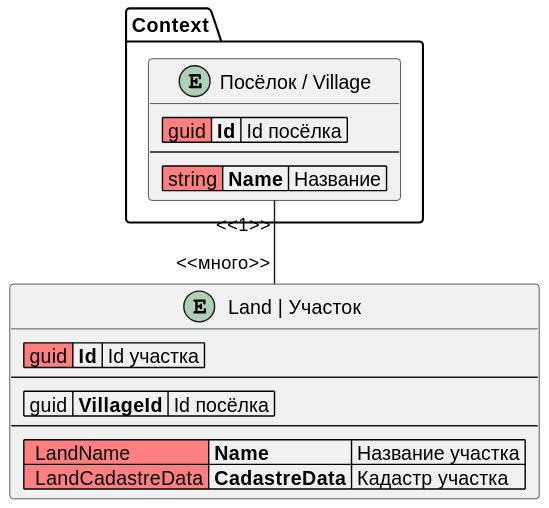
smilovanov-5am/Lokeo.Docs keeps this PlantUML diagram as docs/modules/entities/images/village.svg. Above is the earlier version.
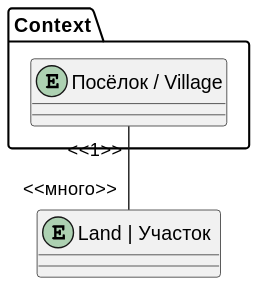
After the change.

What changed in the source:
```diff
@@ -7,9 +7,6 @@
 {
     !startsub Main
     entity "Посёлок / Village" as Village {
-        |<#FF8080> guid |= Id | Id посёлка |
-        --
-        |<#FF8080> string |= Name | Название |
     }
     !endsub
 }
```
